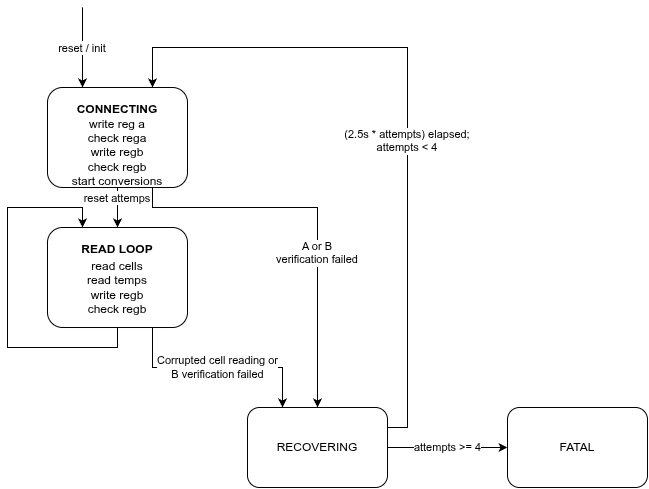
Above: firmware/source/a_box/adbms/ADBMS_FSM.drawio.png in PurdueElectricRacing/monorepo (draw.io), before the change. Source tidied: cells renumbered, new cells last; positions are measured from the earlier drawing's top-left corner, leaving out a move shared by most shapes.
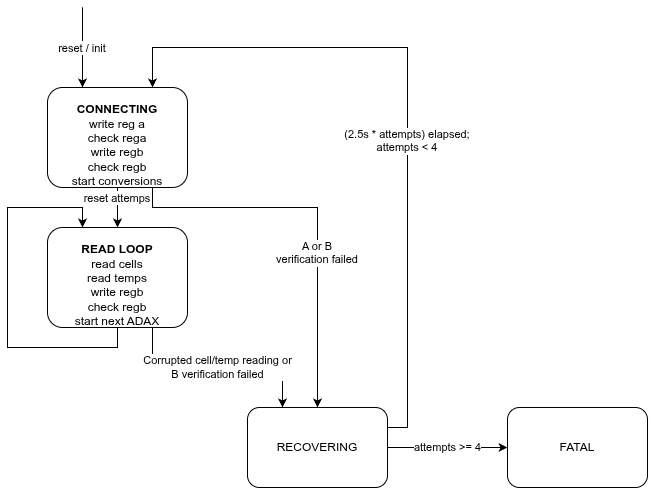
Later version of the same file.

Commit message:
ADAX ordering & Temperature corruption check (#602)

The edit, as a diff of the source:
```diff
@@ -45,11 +45,11 @@
     <mxCell id="11" value="&lt;span style=&quot;color: rgb(0, 0, 0);&quot;&gt;write reg a&lt;/span&gt;&lt;div&gt;&lt;span style=&quot;color: rgb(0, 0, 0);&quot;&gt;check rega&lt;/span&gt;&lt;/div&gt;&lt;div&gt;&lt;span style=&quot;color: rgb(0, 0, 0);&quot;&gt;write regb&lt;/span&gt;&lt;/div&gt;&lt;div&gt;&lt;span style=&quot;color: rgb(0, 0, 0);&quot;&gt;check regb&lt;/span&gt;&lt;/div&gt;&lt;div&gt;&lt;span style=&quot;color: rgb(0, 0, 0);&quot;&gt;start conversions&lt;/span&gt;&lt;/div&gt;" style="text;html=1;whiteSpace=wrap;strokeColor=none;fillColor=none;align=center;verticalAlign=middle;rounded=0;" parent="1" vertex="1">
       <mxGeometry x="40" y="110" width="140" height="70" as="geometry" />
     </mxCell>
-    <mxCell id="12" value="&lt;span style=&quot;color: rgb(0, 0, 0);&quot;&gt;Corrupted cell reading or&lt;/span&gt;&lt;div&gt;&lt;span style=&quot;color: rgb(0, 0, 0);&quot;&gt;B verification failed&lt;/span&gt;&lt;/div&gt;" style="edgeStyle=orthogonalEdgeStyle;html=1;exitX=0.75;exitY=1;exitDx=0;exitDy=0;entryX=0.25;entryY=0;entryDx=0;entryDy=0;rounded=0;curved=0;" parent="1" edge="1" source="3" target="5">
+    <mxCell id="12" value="&lt;span style=&quot;color: rgb(0, 0, 0);&quot;&gt;Corrupted cell/temp reading or&lt;/span&gt;&lt;div&gt;&lt;span style=&quot;color: rgb(0, 0, 0);&quot;&gt;B verification failed&lt;/span&gt;&lt;/div&gt;" style="edgeStyle=orthogonalEdgeStyle;html=1;exitX=0.75;exitY=1;exitDx=0;exitDy=0;entryX=0.25;entryY=0;entryDx=0;entryDy=0;rounded=0;curved=0;" parent="1" edge="1" source="3" target="5">
       <mxGeometry relative="1" as="geometry" />
     </mxCell>
-    <mxCell id="13" value="&lt;span style=&quot;color: rgb(0, 0, 0);&quot;&gt;read cells&lt;/span&gt;&lt;div&gt;&lt;span style=&quot;color: rgb(0, 0, 0);&quot;&gt;read temps&lt;/span&gt;&lt;/div&gt;&lt;div&gt;&lt;span style=&quot;color: rgb(0, 0, 0);&quot;&gt;write regb&lt;/span&gt;&lt;/div&gt;&lt;div&gt;&lt;span style=&quot;color: rgb(0, 0, 0);&quot;&gt;check regb&lt;/span&gt;&lt;br&gt;&lt;/div&gt;" style="text;html=1;whiteSpace=wrap;strokeColor=none;fillColor=none;align=center;verticalAlign=middle;rounded=0;" parent="1" vertex="1">
-      <mxGeometry x="40" y="250" width="140" height="60" as="geometry" />
+    <mxCell id="13" value="&lt;span style=&quot;&quot;&gt;read cells&lt;/span&gt;&lt;div&gt;&lt;span style=&quot;&quot;&gt;read temps&lt;/span&gt;&lt;/div&gt;&lt;div&gt;&lt;span style=&quot;&quot;&gt;write regb&lt;/span&gt;&lt;/div&gt;&lt;div&gt;&lt;span style=&quot;&quot;&gt;check regb&lt;/span&gt;&lt;br&gt;&lt;/div&gt;&lt;div&gt;start next ADAX&lt;/div&gt;" style="text;html=1;whiteSpace=wrap;strokeColor=none;fillColor=none;align=center;verticalAlign=middle;rounded=0;fontColor=#000000;" parent="1" vertex="1">
+      <mxGeometry x="40" y="250" width="140" height="70" as="geometry" />
     </mxCell>
     <mxCell id="14" style="edgeStyle=orthogonalEdgeStyle;html=1;entryX=0.25;entryY=0;entryDx=0;entryDy=0;rounded=0;curved=0;exitX=0.5;exitY=1;exitDx=0;exitDy=0;innerLoopWaypoints=1;" parent="1" edge="1" source="3" target="3">
       <mxGeometry x="0.07" relative="1" as="geometry">
```
